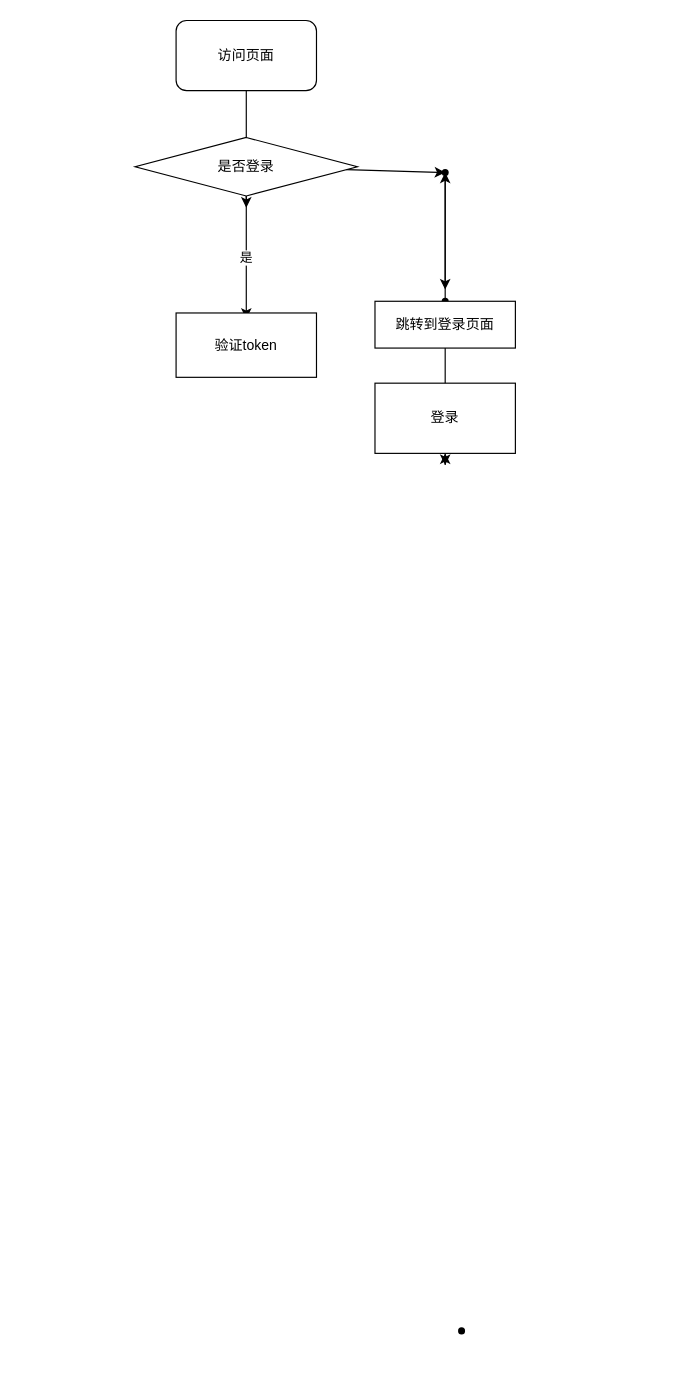
The draw.io diagram 流程图.dio in virtualChange/node-vue-m, before the edit. Source tidied: cells renumbered, new cells numbered last; positions are measured from the earlier drawing's top-left corner, leaving out a move shared by most shapes. Both pictures are drawn from the tidied source at 117%, with x=0, y=0 at pixel (135, 20).
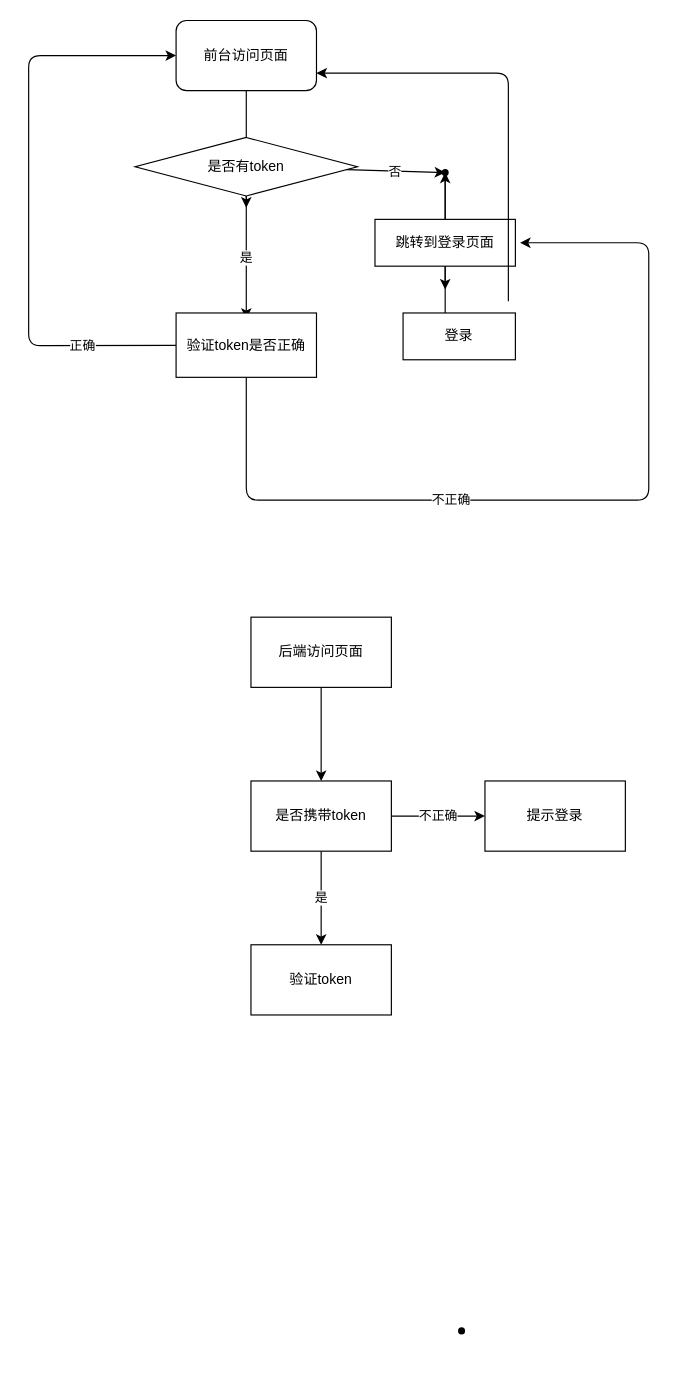
The same diagram, later.

The change refers to these unchanged cells:
```xml
<mxCell id="9" style="shape=waypoint;sketch=0;size=6;points=[];fillColor=default;perimeter=centerPerimeter;snapToPoint=1;" parent="1" vertex="1">
  <mxGeometry x="245" y="110" width="40" height="40" as="geometry" />
</mxCell>
```

What changed in the source:
```diff
@@
-    <mxCell id="3" value="访问页面&lt;br&gt;" style="rounded=1;whiteSpace=wrap;html=1;" parent="1" vertex="1">
+    <mxCell id="3" value="前台访问页面" style="rounded=1;whiteSpace=wrap;html=1;" parent="1" vertex="1">
       <mxGeometry x="35" width="120" height="60" as="geometry" />
     </mxCell>
-    <mxCell id="4" style="edgeStyle=none;html=1;" parent="1" edge="1" source="6" target="9">
+    <mxCell id="4" value="否" style="edgeStyle=none;html=1;" parent="1" edge="1" source="6" target="9">
       <mxGeometry relative="1" as="geometry" />
     </mxCell>
@@
-    <mxCell id="6" value="是否登录" style="rhombus;whiteSpace=wrap;html=1;" parent="1" vertex="1">
+    <mxCell id="6" value="是否有token" style="rhombus;whiteSpace=wrap;html=1;" parent="1" vertex="1">
       <mxGeometry y="100" width="190" height="50" as="geometry" />
     </mxCell>
@@
-    <mxCell id="10" style="edgeStyle=none;html=1;exitX=0.42;exitY=0.418;exitDx=0;exitDy=0;exitPerimeter=0;" parent="1" edge="1" source="12" target="9">
+    <mxCell id="10" style="edgeStyle=none;html=1;" parent="1" edge="1" target="9">
       <mxGeometry relative="1" as="geometry">
+        <mxPoint x="265" y="270" as="sourcePoint" />
         <Array as="points">
           <mxPoint x="265" y="180" />
         </Array>
       </mxGeometry>
     </mxCell>
-    <mxCell id="11" style="edgeStyle=none;html=1;" parent="1" edge="1" source="12" target="17">
-      <mxGeometry relative="1" as="geometry" />
-    </mxCell>
-    <mxCell id="12" style="shape=waypoint;sketch=0;size=6;points=[];fillColor=default;perimeter=centerPerimeter;snapToPoint=1;" parent="1" vertex="1">
-      <mxGeometry x="245" y="220" width="40" height="40" as="geometry" />
-    </mxCell>
@@
+    <mxCell id="21" value="不正确&lt;br&gt;" style="edgeStyle=none;html=1;" parent="1" edge="1" source="15">
+      <mxGeometry x="-0.28" relative="1" as="geometry">
+        <mxPoint x="329" y="190" as="targetPoint" />
+        <Array as="points">
+          <mxPoint x="95" y="410" />
+          <mxPoint x="439" y="410" />
+          <mxPoint x="439" y="190" />
+          <mxPoint x="399" y="190" />
+        </Array>
+      </mxGeometry>
+    </mxCell>
+    <mxCell id="22" value="正确" style="edgeStyle=none;html=1;" parent="1" edge="1" source="15" target="3">
+      <mxGeometry x="-0.68" relative="1" as="geometry">
+        <Array as="points">
+          <mxPoint x="-91" y="278" />
+          <mxPoint x="-91" y="130" />
+          <mxPoint x="-91" y="30" />
+        </Array>
+      </mxGeometry>
+    </mxCell>
-    <mxCell id="15" value="验证token" style="whiteSpace=wrap;html=1;sketch=0;" parent="1" vertex="1">
+    <mxCell id="15" value="验证token是否正确" style="whiteSpace=wrap;html=1;sketch=0;" parent="1" vertex="1">
       <mxGeometry x="35" y="250" width="120" height="55" as="geometry" />
     </mxCell>
-    <mxCell id="16" style="edgeStyle=none;html=1;" parent="1" edge="1" source="17">
-      <mxGeometry relative="1" as="geometry">
-        <mxPoint x="265" y="380" as="targetPoint" />
-      </mxGeometry>
-    </mxCell>
     <mxCell id="17" value="跳转到登录页面" style="whiteSpace=wrap;html=1;sketch=0;" parent="1" vertex="1">
-      <mxGeometry x="205" y="240" width="120" height="40" as="geometry" />
+      <mxGeometry x="205" y="170" width="120" height="40" as="geometry" />
     </mxCell>
-    <mxCell id="18" style="edgeStyle=none;html=1;" parent="1" edge="1" target="20">
-      <mxGeometry relative="1" as="geometry">
-        <mxPoint x="265" y="380" as="sourcePoint" />
-      </mxGeometry>
-    </mxCell>
@@
+    <mxCell id="23" style="edgeStyle=none;html=1;entryX=1;entryY=0.75;entryDx=0;entryDy=0;" parent="1" edge="1" target="3">
+      <mxGeometry relative="1" as="geometry">
+        <mxPoint x="319" y="240" as="sourcePoint" />
+        <Array as="points">
+          <mxPoint x="319" y="150" />
+          <mxPoint x="319" y="45" />
+        </Array>
+      </mxGeometry>
+    </mxCell>
     <mxCell id="20" value="登录" style="whiteSpace=wrap;html=1;sketch=0;" parent="1" vertex="1">
-      <mxGeometry x="205" y="310" width="120" height="60" as="geometry" />
+      <mxGeometry x="229" y="250" width="96" height="40" as="geometry" />
     </mxCell>
+    <mxCell id="24" style="edgeStyle=none;html=1;" parent="1" edge="1" source="25" target="28">
+      <mxGeometry relative="1" as="geometry" />
+    </mxCell>
+    <mxCell id="25" value="后端访问页面" style="rounded=0;whiteSpace=wrap;html=1;" parent="1" vertex="1">
+      <mxGeometry x="99" y="510" width="120" height="60" as="geometry" />
+    </mxCell>
+    <mxCell id="26" value="是" style="edgeStyle=none;html=1;" parent="1" edge="1" source="28" target="29">
+      <mxGeometry relative="1" as="geometry" />
+    </mxCell>
+    <mxCell id="27" value="不正确" style="edgeStyle=none;html=1;" parent="1" edge="1" source="28" target="30">
+      <mxGeometry relative="1" as="geometry" />
+    </mxCell>
+    <mxCell id="28" value="是否携带token" style="whiteSpace=wrap;html=1;rounded=0;" parent="1" vertex="1">
+      <mxGeometry x="99" y="650" width="120" height="60" as="geometry" />
+    </mxCell>
+    <mxCell id="29" value="验证token" style="whiteSpace=wrap;html=1;rounded=0;" parent="1" vertex="1">
+      <mxGeometry x="99" y="790" width="120" height="60" as="geometry" />
+    </mxCell>
+    <mxCell id="30" value="提示登录" style="whiteSpace=wrap;html=1;rounded=0;" parent="1" vertex="1">
+      <mxGeometry x="299" y="650" width="120" height="60" as="geometry" />
+    </mxCell>
```
